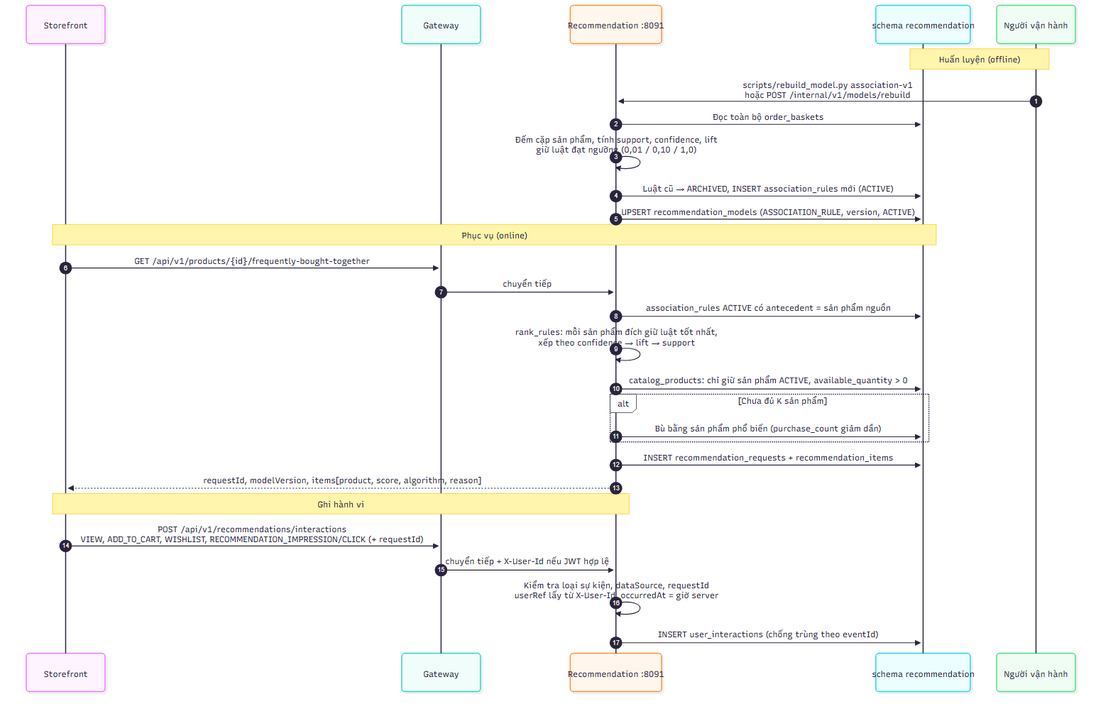
Earlier version of the Mermaid export docs/overview/workflow/11-recommendation.png (ThanhHaipear/smart_sportwear_shop). Its source is kept beside it as docs/overview/workflow/11-recommendation.mmd.
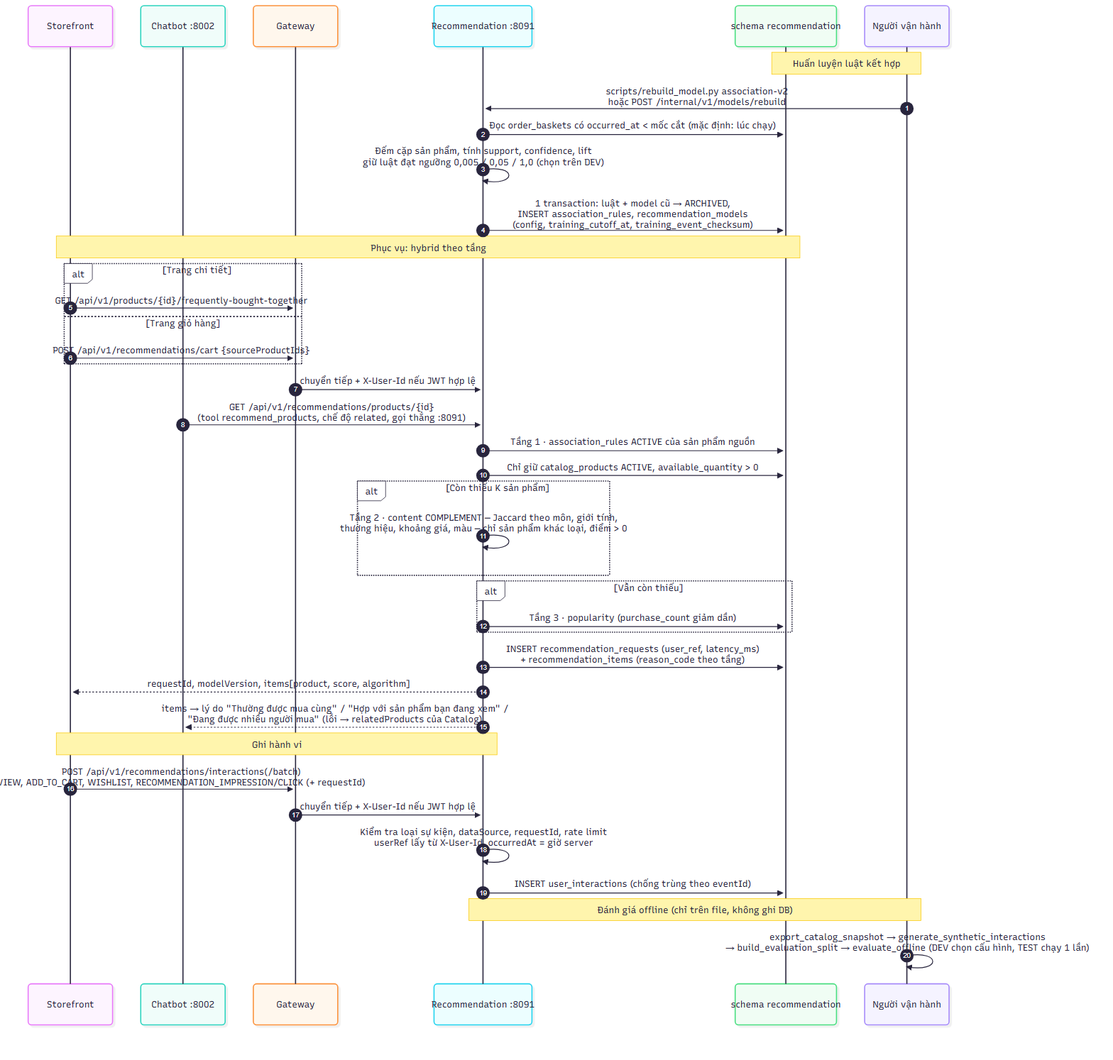
The same diagram one commit later.

Commit message:
docs(recommendation): add results tables, demo script and new diagrams

The edit, as a diff of the source:
```diff
@@ -1,32 +1,43 @@
 sequenceDiagram
     autonumber
     participant SF as Storefront
+    participant CB as Chatbot :8002
     participant GW as Gateway
     participant RE as Recommendation :8091
     participant DB as schema recommendation
     participant OP as Người vận hành
 
-    Note over OP,DB: Huấn luyện (offline)
-    OP->>RE: scripts/rebuild_model.py association-v1<br/>hoặc POST /internal/v1/models/rebuild
-    RE->>DB: Đọc toàn bộ order_baskets
-    RE->>RE: Đếm cặp sản phẩm, tính support, confidence, lift<br/>giữ luật đạt ngưỡng (0,01 / 0,10 / 1,0)
-    RE->>DB: Luật cũ → ARCHIVED, INSERT association_rules mới (ACTIVE)
-    RE->>DB: UPSERT recommendation_models (ASSOCIATION_RULE, version, ACTIVE)
+    Note over OP,DB: Huấn luyện luật kết hợp
+    OP->>RE: scripts/rebuild_model.py association-v2<br/>hoặc POST /internal/v1/models/rebuild
+    RE->>DB: Đọc order_baskets có occurred_at < mốc cắt (mặc định: lúc chạy)
+    RE->>RE: Đếm cặp sản phẩm, tính support, confidence, lift<br/>giữ luật đạt ngưỡng 0,005 / 0,05 / 1,0 (chọn trên DEV)
+    RE->>DB: 1 transaction: luật + model cũ → ARCHIVED,<br/>INSERT association_rules, recommendation_models<br/>(config, training_cutoff_at, training_event_checksum)
 
-    Note over SF,DB: Phục vụ (online)
-    SF->>GW: GET /api/v1/products/{id}/frequently-bought-together
-    GW->>RE: chuyển tiếp
-    RE->>DB: association_rules ACTIVE có antecedent = sản phẩm nguồn
-    RE->>RE: rank_rules: mỗi sản phẩm đích giữ luật tốt nhất,<br/>xếp theo confidence → lift → support
-    RE->>DB: catalog_products: chỉ giữ sản phẩm ACTIVE, available_quantity > 0
-    alt Chưa đủ K sản phẩm
-        RE->>DB: Bù bằng sản phẩm phổ biến (purchase_count giảm dần)
+    Note over SF,DB: Phục vụ: hybrid theo tầng
+    alt Trang chi tiết
+        SF->>GW: GET /api/v1/products/{id}/frequently-bought-together
+    else Trang giỏ hàng
+        SF->>GW: POST /api/v1/recommendations/cart {sourceProductIds}
     end
-    RE->>DB: INSERT recommendation_requests + recommendation_items
-    RE-->>SF: requestId, modelVersion, items[product, score, algorithm, reason]
+    GW->>RE: chuyển tiếp + X-User-Id nếu JWT hợp lệ
+    CB->>RE: GET /api/v1/recommendations/products/{id}<br/>(tool recommend_products, chế độ related, gọi thẳng :8091)
+    RE->>DB: Tầng 1 · association_rules ACTIVE của sản phẩm nguồn
+    RE->>DB: Chỉ giữ catalog_products ACTIVE, available_quantity > 0
+    alt Còn thiếu K sản phẩm
+        RE->>RE: Tầng 2 · content COMPLEMENT — Jaccard theo môn, giới tính,<br/>thương hiệu, khoảng giá, màu — chỉ sản phẩm khác loại, điểm > 0
+    end
+    alt Vẫn còn thiếu
+        RE->>DB: Tầng 3 · popularity (purchase_count giảm dần)
+    end
+    RE->>DB: INSERT recommendation_requests (user_ref, latency_ms)<br/>+ recommendation_items (reason_code theo tầng)
+    RE-->>SF: requestId, modelVersion, items[product, score, algorithm]
+    RE-->>CB: items → lý do "Thường được mua cùng" / "Hợp với sản phẩm bạn đang xem" /<br/>"Đang được nhiều người mua" (lỗi → relatedProducts của Catalog)
 
     Note over SF,RE: Ghi hành vi
-    SF->>GW: POST /api/v1/recommendations/interactions<br/>VIEW, ADD_TO_CART, WISHLIST, RECOMMENDATION_IMPRESSION/CLICK (+ requestId)
+    SF->>GW: POST /api/v1/recommendations/interactions(/batch)<br/>VIEW, ADD_TO_CART, WISHLIST, RECOMMENDATION_IMPRESSION/CLICK (+ requestId)
     GW->>RE: chuyển tiếp + X-User-Id nếu JWT hợp lệ
-    RE->>RE: Kiểm tra loại sự kiện, dataSource, requestId<br/>userRef lấy từ X-User-Id, occurredAt = giờ server
+    RE->>RE: Kiểm tra loại sự kiện, dataSource, requestId, rate limit<br/>userRef lấy từ X-User-Id, occurredAt = giờ server
     RE->>DB: INSERT user_interactions (chống trùng theo eventId)
+
+    Note over OP,RE: Đánh giá offline (chỉ trên file, không ghi DB)
+    OP->>OP: export_catalog_snapshot → generate_synthetic_interactions<br/>→ build_evaluation_split → evaluate_offline (DEV chọn cấu hình, TEST chạy 1 lần)
```
